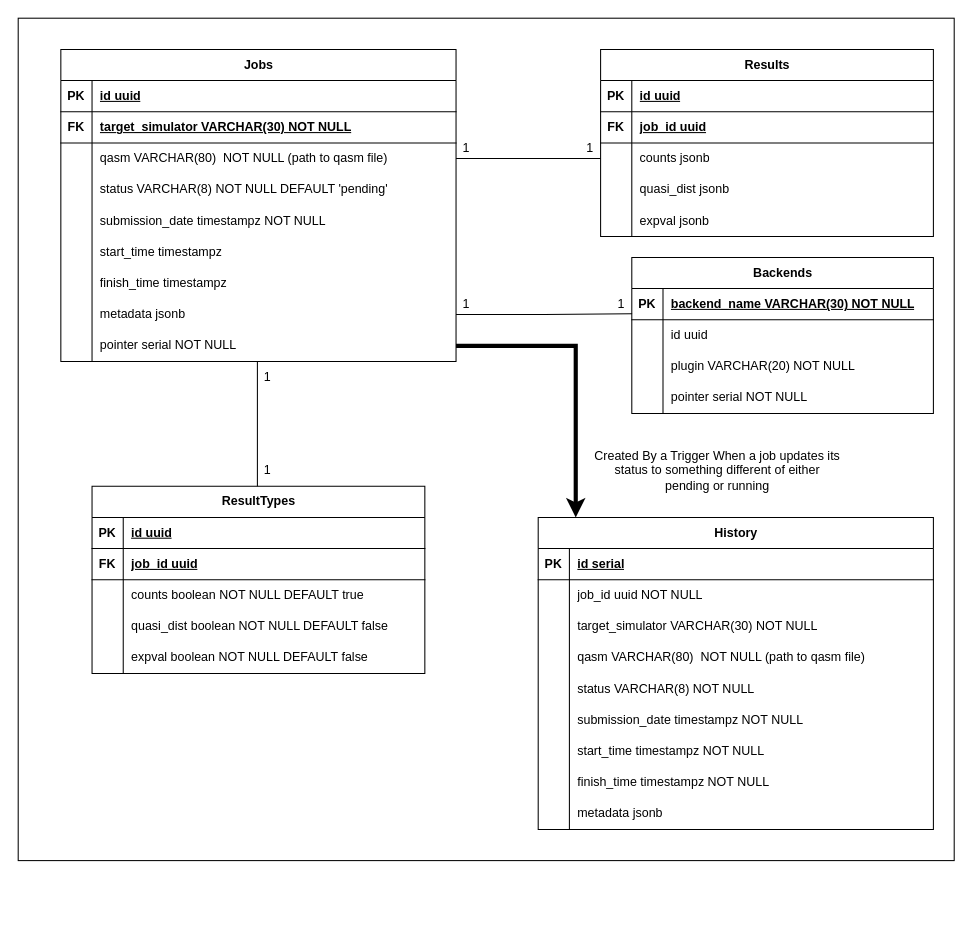
Before: assets/database.drawio in Dpbm/qserver, a draw.io diagram. Source tidied: cells renumbered, new cells numbered last; positions are measured from the earlier drawing's top-left corner, leaving out a move shared by most shapes. Both pictures are drawn from the tidied source at 104%, with x=0, y=0 at pixel (18, 18).
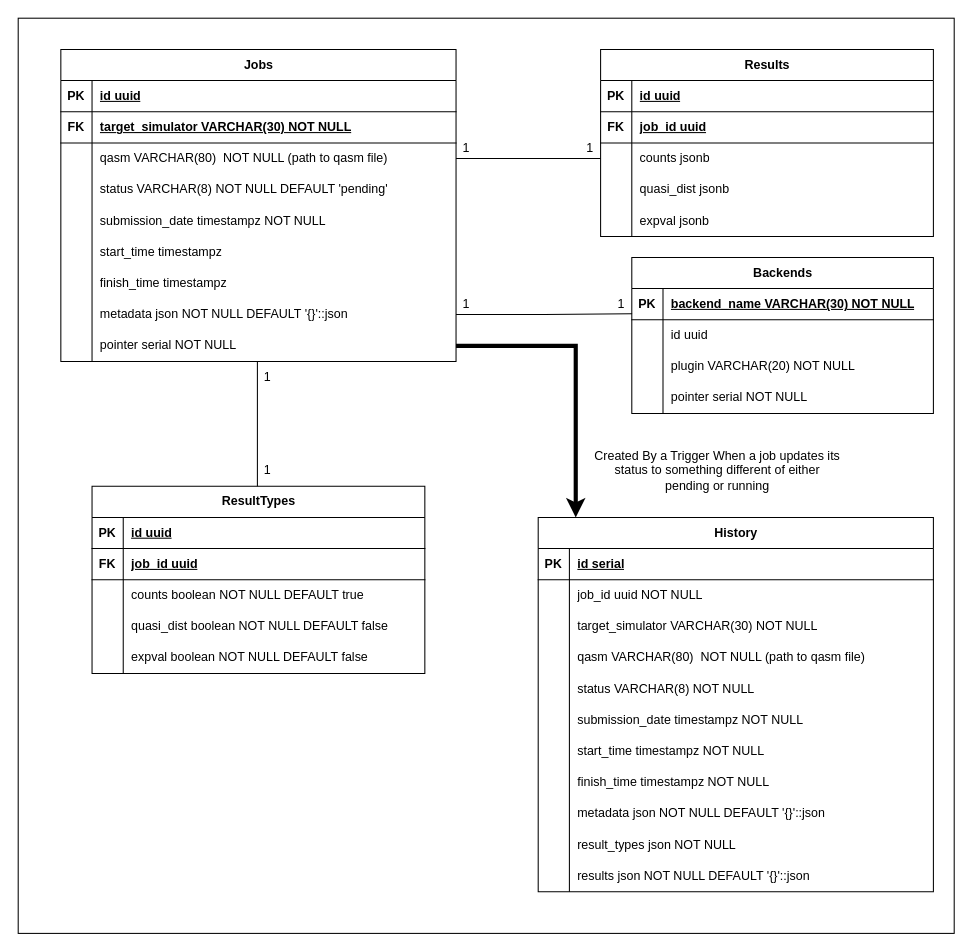
The same diagram, later.

Unchanged cells that the change refers to:
```xml
<mxCell id="25" style="shape=tableRow;horizontal=0;startSize=0;swimlaneHead=0;swimlaneBody=0;fillColor=none;points=[[0,0.5],[1,0.5]];portConstraint=eastwest;top=0;left=0;right=0;bottom=0;" parent="3" vertex="1">
  <mxGeometry y="240" width="380" height="30" as="geometry" />
</mxCell>
<mxCell id="109" style="shape=tableRow;horizontal=0;startSize=0;swimlaneHead=0;swimlaneBody=0;fillColor=none;top=0;left=0;right=0;bottom=0;" parent="84" vertex="1">
  <mxGeometry y="270" width="380" height="30" as="geometry" />
</mxCell>
```

What changed in the source:
```diff
@@
     <mxCell id="2" style="rounded=0;whiteSpace=wrap;html=1;" parent="1" vertex="1">
-      <mxGeometry width="900" height="810" as="geometry" />
+      <mxGeometry width="900" height="880" as="geometry" />
     </mxCell>
@@
-    <mxCell id="27" value="metadata jsonb" style="shape=partialRectangle;fillColor=none;top=0;left=0;bottom=0;right=0;align=left;spacingLeft=6;overflow=hidden;whiteSpace=wrap;html=1;" parent="25" vertex="1">
+    <mxCell id="27" value="metadata json NOT NULL DEFAULT '{}'::json" style="shape=partialRectangle;fillColor=none;top=0;left=0;bottom=0;right=0;align=left;spacingLeft=6;overflow=hidden;whiteSpace=wrap;html=1;" parent="25" vertex="1">
       <mxGeometry x="30" width="350" height="30" as="geometry" />
     </mxCell>
@@
     <mxCell id="84" value="History" style="shape=table;startSize=30;childLayout=tableLayout;rowLines=0;fontStyle=1;align=center;html=1;" parent="1" vertex="1">
-      <mxGeometry x="500" y="480" width="380" height="300" as="geometry" />
+      <mxGeometry x="500" y="480" width="380" height="360" as="geometry" />
     </mxCell>
@@
-    <mxCell id="111" value="metadata jsonb" style="shape=partialRectangle;fillColor=none;top=0;left=0;bottom=0;right=0;align=left;spacingLeft=6;overflow=hidden;whiteSpace=wrap;html=1;" parent="109" vertex="1">
+    <mxCell id="111" value="metadata json NOT NULL DEFAULT '{}'::json" style="shape=partialRectangle;fillColor=none;top=0;left=0;bottom=0;right=0;align=left;spacingLeft=6;overflow=hidden;whiteSpace=wrap;html=1;" parent="109" vertex="1">
       <mxGeometry x="30" width="350" height="30" as="geometry" />
     </mxCell>
+    <mxCell id="115" style="shape=tableRow;horizontal=0;startSize=0;swimlaneHead=0;swimlaneBody=0;fillColor=none;top=0;left=0;right=0;bottom=0;" parent="84" vertex="1">
+      <mxGeometry y="300" width="380" height="30" as="geometry" />
+    </mxCell>
+    <mxCell id="116" style="shape=partialRectangle;fillColor=none;top=0;left=0;bottom=0;right=0;overflow=hidden;whiteSpace=wrap;html=1;" parent="115" vertex="1">
+      <mxGeometry width="30" height="30" as="geometry" />
+    </mxCell>
+    <mxCell id="117" value="result_types json NOT NULL" style="shape=partialRectangle;fillColor=none;top=0;left=0;bottom=0;right=0;align=left;spacingLeft=6;overflow=hidden;whiteSpace=wrap;html=1;" parent="115" vertex="1">
+      <mxGeometry x="30" width="350" height="30" as="geometry" />
+    </mxCell>
+    <mxCell id="118" style="shape=tableRow;horizontal=0;startSize=0;swimlaneHead=0;swimlaneBody=0;fillColor=none;top=0;left=0;right=0;bottom=0;" parent="84" vertex="1">
+      <mxGeometry y="330" width="380" height="30" as="geometry" />
+    </mxCell>
+    <mxCell id="119" style="shape=partialRectangle;fillColor=none;top=0;left=0;bottom=0;right=0;overflow=hidden;whiteSpace=wrap;html=1;" parent="118" vertex="1">
+      <mxGeometry width="30" height="30" as="geometry" />
+    </mxCell>
+    <mxCell id="120" value="results json NOT NULL DEFAULT '{}'::json" style="shape=partialRectangle;fillColor=none;top=0;left=0;bottom=0;right=0;align=left;spacingLeft=6;overflow=hidden;whiteSpace=wrap;html=1;" parent="118" vertex="1">
+      <mxGeometry x="30" width="350" height="30" as="geometry" />
+    </mxCell>
```
